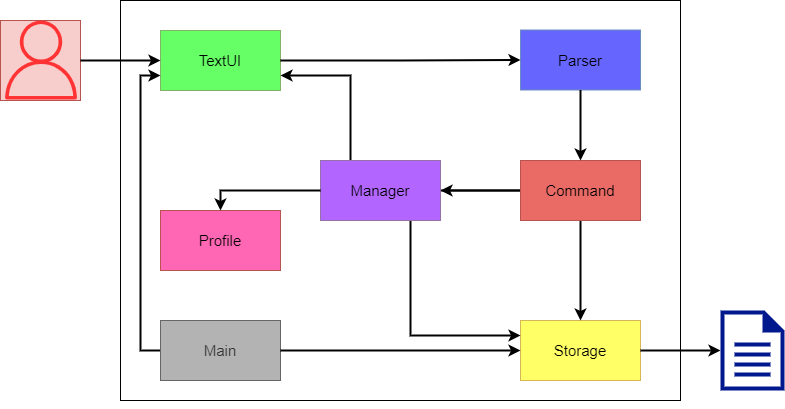
Before: docs/images/developerguide/ArchitectureDiagram.drawio.png, a diagram exported from draw.io (nus-cs2113-AY2122S2/tp). Source tidied: cells renumbered, new cells last; positions are measured from the earlier drawing's top-left corner, leaving out a move shared by most shapes. The source it was exported from:
```xml
<mxGraphModel>
  <root>
    <mxCell id="0" />
    <mxCell id="1" parent="0" />
    <mxCell id="2" style="group;" parent="1" vertex="1">
      <mxGeometry width="784" height="400" as="geometry" />
    </mxCell>
    <mxCell id="3" style="rounded=0;whiteSpace=wrap;html=1;strokeWidth=1;fillColor=#f8cecc;strokeColor=#b85450;" parent="2" vertex="1">
      <mxGeometry y="20" width="80" height="80" as="geometry" />
    </mxCell>
    <mxCell id="4" style="sketch=0;fillColor=#FF3333;strokeColor=#b85450;dashed=0;verticalLabelPosition=bottom;verticalAlign=top;align=center;html=1;fontSize=12;fontStyle=0;shape=mxgraph.aws4.user;strokeWidth=1;" parent="2" vertex="1">
      <mxGeometry x="1" y="20" width="79" height="79" as="geometry" />
    </mxCell>
    <mxCell id="5" style="rounded=0;whiteSpace=wrap;html=1;strokeWidth=1;fillColor=none;" parent="2" vertex="1">
      <mxGeometry x="120" width="560" height="400" as="geometry" />
    </mxCell>
    <mxCell id="6" value="TextUI" style="rounded=0;whiteSpace=wrap;html=1;strokeWidth=1;fillColor=#66FF66;fontSize=15;strokeColor=#82b366;" parent="2" vertex="1">
      <mxGeometry x="160" y="30" width="120" height="60" as="geometry" />
    </mxCell>
    <mxCell id="7" style="edgeStyle=orthogonalEdgeStyle;rounded=0;jettySize=auto;html=1;entryX=0;entryY=0.5;entryDx=0;entryDy=0;fontSize=15;endArrow=classic;endFill=1;strokeColor=#000000;strokeWidth=2;" parent="2" edge="1" source="3" target="6">
      <mxGeometry relative="1" as="geometry" />
    </mxCell>
    <mxCell id="8" value="Parser" style="rounded=0;whiteSpace=wrap;html=1;strokeWidth=1;fillColor=#6666FF;fontSize=15;strokeColor=#6c8ebf;" parent="2" vertex="1">
      <mxGeometry x="520" y="29.5" width="120" height="60" as="geometry" />
    </mxCell>
    <mxCell id="9" style="edgeStyle=orthogonalEdgeStyle;rounded=0;jettySize=auto;html=1;entryX=0;entryY=0.5;entryDx=0;entryDy=0;fontSize=15;endArrow=classic;endFill=1;strokeColor=#000000;strokeWidth=2;" parent="2" edge="1" source="6" target="8">
      <mxGeometry relative="1" as="geometry" />
    </mxCell>
    <mxCell id="10" style="edgeStyle=orthogonalEdgeStyle;rounded=0;jettySize=auto;html=1;exitX=0;exitY=0.5;exitDx=0;exitDy=0;entryX=0;entryY=0.75;entryDx=0;entryDy=0;fontSize=15;endArrow=classic;endFill=1;strokeColor=#000000;strokeWidth=2;" parent="2" edge="1" source="11" target="6">
      <mxGeometry relative="1" as="geometry" />
    </mxCell>
    <mxCell id="11" value="Main" style="rounded=0;whiteSpace=wrap;html=1;strokeWidth=1;fillColor=#B3B3B3;fontSize=15;strokeColor=#666666;fontColor=#333333;" parent="2" vertex="1">
      <mxGeometry x="160" y="320" width="120" height="60" as="geometry" />
    </mxCell>
    <mxCell id="12" value="Storage" style="rounded=0;whiteSpace=wrap;html=1;strokeWidth=1;fillColor=#FFFF66;fontSize=15;strokeColor=#d6b656;" parent="2" vertex="1">
      <mxGeometry x="520" y="320" width="120" height="60" as="geometry" />
    </mxCell>
    <mxCell id="13" style="edgeStyle=orthogonalEdgeStyle;rounded=0;jettySize=auto;html=1;entryX=0;entryY=0.5;entryDx=0;entryDy=0;fontSize=15;endArrow=classic;endFill=1;strokeColor=#000000;strokeWidth=2;" parent="2" edge="1" source="11" target="12">
      <mxGeometry relative="1" as="geometry" />
    </mxCell>
    <mxCell id="14" style="sketch=0;shadow=0;dashed=0;html=1;strokeColor=none;labelPosition=center;verticalLabelPosition=bottom;verticalAlign=top;align=center;fillColor=#00188D;shape=mxgraph.mscae.enterprise.document;fontSize=15;" parent="2" vertex="1">
      <mxGeometry x="720" y="310" width="64" height="80" as="geometry" />
    </mxCell>
    <mxCell id="15" style="edgeStyle=orthogonalEdgeStyle;rounded=0;jettySize=auto;html=1;entryX=0;entryY=0.5;entryDx=0;entryDy=0;entryPerimeter=0;strokeColor=#000000;strokeWidth=2;" parent="2" edge="1" source="12" target="14">
      <mxGeometry relative="1" as="geometry" />
    </mxCell>
    <mxCell id="16" style="edgeStyle=orthogonalEdgeStyle;rounded=0;orthogonalLoop=1;jettySize=auto;html=1;exitX=0.5;exitY=1;exitDx=0;exitDy=0;fontSize=15;endArrow=classic;endFill=1;strokeColor=#000099;" parent="2" edge="1" source="5" target="5">
      <mxGeometry relative="1" as="geometry" />
    </mxCell>
    <mxCell id="17" style="edgeStyle=orthogonalEdgeStyle;rounded=0;jettySize=auto;html=1;exitX=0.25;exitY=0;exitDx=0;exitDy=0;entryX=1;entryY=0.75;entryDx=0;entryDy=0;strokeColor=#000000;strokeWidth=2;" parent="2" edge="1" source="20" target="6">
      <mxGeometry relative="1" as="geometry" />
    </mxCell>
    <mxCell id="18" style="edgeStyle=orthogonalEdgeStyle;rounded=0;jettySize=auto;html=1;entryX=0.5;entryY=0;entryDx=0;entryDy=0;strokeColor=#000000;strokeWidth=2;" parent="2" edge="1" source="20" target="12">
      <mxGeometry relative="1" as="geometry" />
    </mxCell>
    <mxCell id="19" style="edgeStyle=orthogonalEdgeStyle;rounded=0;jettySize=auto;html=1;exitX=0.75;exitY=1;exitDx=0;exitDy=0;entryX=0;entryY=0.25;entryDx=0;entryDy=0;strokeColor=#000000;strokeWidth=2;" parent="2" edge="1" source="20" target="12">
      <mxGeometry relative="1" as="geometry" />
    </mxCell>
    <mxCell id="20" value="Manager" style="rounded=0;whiteSpace=wrap;html=1;strokeWidth=1;fillColor=#B266FF;fontSize=15;strokeColor=#9673a6;" parent="2" vertex="1">
      <mxGeometry x="320" y="160" width="120" height="60" as="geometry" />
    </mxCell>
    <mxCell id="21" value="Profile" style="rounded=0;whiteSpace=wrap;html=1;strokeWidth=1;fillColor=#FF66B3;fontSize=15;strokeColor=#b85450;" parent="2" vertex="1">
      <mxGeometry x="160" y="210" width="120" height="60" as="geometry" />
    </mxCell>
    <mxCell id="22" style="edgeStyle=orthogonalEdgeStyle;rounded=0;jettySize=auto;html=1;entryX=0.5;entryY=0;entryDx=0;entryDy=0;strokeColor=#000000;strokeWidth=2;" parent="2" edge="1" source="20" target="21">
      <mxGeometry relative="1" as="geometry" />
    </mxCell>
    <mxCell id="23" style="edgeStyle=orthogonalEdgeStyle;rounded=0;jettySize=auto;html=1;strokeColor=#000000;strokeWidth=2;" parent="2" edge="1" source="24" target="20">
      <mxGeometry relative="1" as="geometry" />
    </mxCell>
    <mxCell id="24" value="Command" style="rounded=0;whiteSpace=wrap;html=1;strokeWidth=1;fillColor=#EA6B66;fontSize=15;strokeColor=#b85450;" parent="2" vertex="1">
      <mxGeometry x="520" y="160" width="120" height="60" as="geometry" />
    </mxCell>
    <mxCell id="25" style="edgeStyle=orthogonalEdgeStyle;rounded=0;jettySize=auto;html=1;strokeColor=#000000;strokeWidth=2;" parent="2" edge="1" source="8" target="24">
      <mxGeometry relative="1" as="geometry" />
    </mxCell>
  </root>
</mxGraphModel>
```
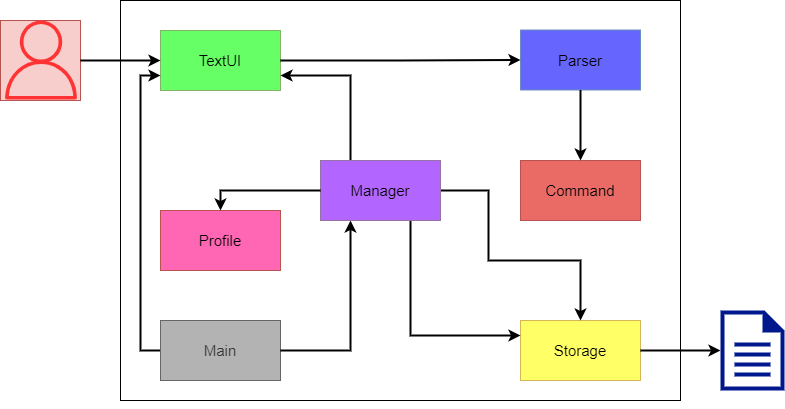
The same file after the commit.

Commit message:
Amend architecture diagram for developer guide

Diff of the diagram source:
```diff
@@ -35,7 +35,7 @@
     <mxCell id="12" value="Storage" style="rounded=0;whiteSpace=wrap;html=1;strokeWidth=1;fillColor=#FFFF66;fontSize=15;strokeColor=#d6b656;" parent="2" vertex="1">
       <mxGeometry x="520" y="320" width="120" height="60" as="geometry" />
     </mxCell>
-    <mxCell id="13" style="edgeStyle=orthogonalEdgeStyle;rounded=0;jettySize=auto;html=1;entryX=0;entryY=0.5;entryDx=0;entryDy=0;fontSize=15;endArrow=classic;endFill=1;strokeColor=#000000;strokeWidth=2;" parent="2" edge="1" source="11" target="12">
+    <mxCell id="13" style="edgeStyle=orthogonalEdgeStyle;rounded=0;jettySize=auto;html=1;entryX=0.25;entryY=1;entryDx=0;entryDy=0;fontSize=15;endArrow=classic;endFill=1;strokeColor=#000000;strokeWidth=2;" parent="2" edge="1" source="11" target="20">
       <mxGeometry relative="1" as="geometry" />
     </mxCell>
     <mxCell id="14" style="sketch=0;shadow=0;dashed=0;html=1;strokeColor=none;labelPosition=center;verticalLabelPosition=bottom;verticalAlign=top;align=center;fillColor=#00188D;shape=mxgraph.mscae.enterprise.document;fontSize=15;" parent="2" vertex="1">
@@ -51,7 +51,13 @@
       <mxGeometry relative="1" as="geometry" />
     </mxCell>
     <mxCell id="18" style="edgeStyle=orthogonalEdgeStyle;rounded=0;jettySize=auto;html=1;entryX=0.5;entryY=0;entryDx=0;entryDy=0;strokeColor=#000000;strokeWidth=2;" parent="2" edge="1" source="20" target="12">
-      <mxGeometry relative="1" as="geometry" />
+      <mxGeometry relative="1" as="geometry">
+        <Array as="points">
+          <mxPoint x="488" y="190" />
+          <mxPoint x="488" y="260" />
+          <mxPoint x="580" y="260" />
+        </Array>
+      </mxGeometry>
     </mxCell>
     <mxCell id="19" style="edgeStyle=orthogonalEdgeStyle;rounded=0;jettySize=auto;html=1;exitX=0.75;exitY=1;exitDx=0;exitDy=0;entryX=0;entryY=0.25;entryDx=0;entryDy=0;strokeColor=#000000;strokeWidth=2;" parent="2" edge="1" source="20" target="12">
       <mxGeometry relative="1" as="geometry" />
@@ -65,9 +71,6 @@
     <mxCell id="22" style="edgeStyle=orthogonalEdgeStyle;rounded=0;jettySize=auto;html=1;entryX=0.5;entryY=0;entryDx=0;entryDy=0;strokeColor=#000000;strokeWidth=2;" parent="2" edge="1" source="20" target="21">
       <mxGeometry relative="1" as="geometry" />
     </mxCell>
-    <mxCell id="23" style="edgeStyle=orthogonalEdgeStyle;rounded=0;jettySize=auto;html=1;strokeColor=#000000;strokeWidth=2;" parent="2" edge="1" source="24" target="20">
-      <mxGeometry relative="1" as="geometry" />
-    </mxCell>
     <mxCell id="24" value="Command" style="rounded=0;whiteSpace=wrap;html=1;strokeWidth=1;fillColor=#EA6B66;fontSize=15;strokeColor=#b85450;" parent="2" vertex="1">
       <mxGeometry x="520" y="160" width="120" height="60" as="geometry" />
     </mxCell>
```
